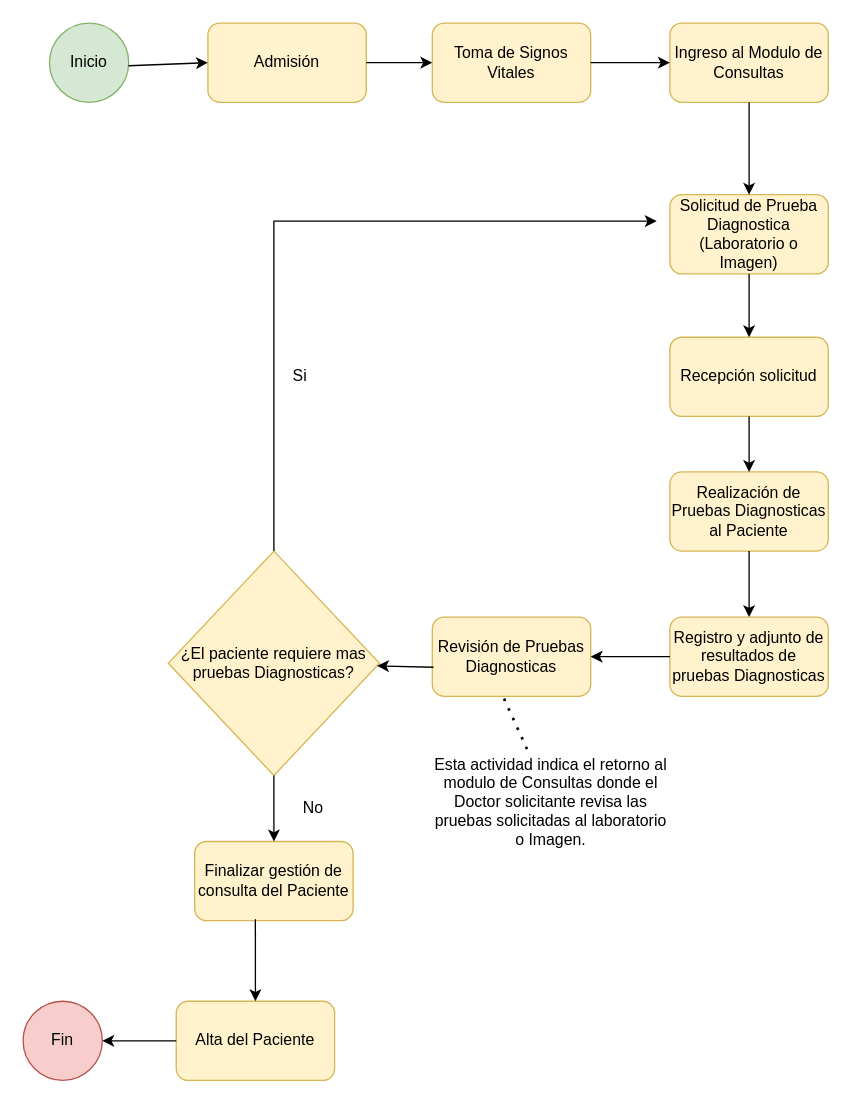
This is page "Diagrama de Laboratorio" (6 of 6) of Untitled Diagram.drawio from marguello86/Equipo1_MINSA, a draw.io file, before an edit. Source tidied: cells renumbered, new cells numbered last; positions are measured from the earlier drawing's top-left corner, leaving out a move shared by most shapes. Both pictures are drawn from the tidied source at 132%, with x=0, y=0 at pixel (22, 22).
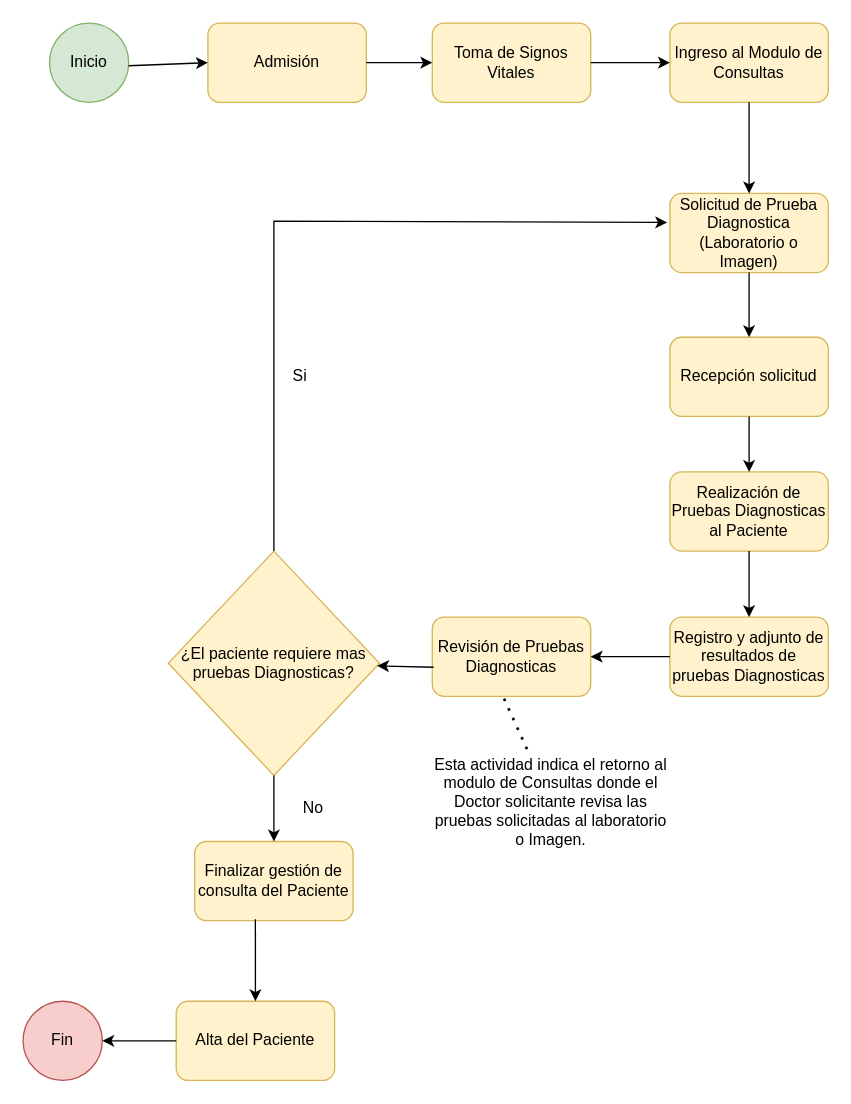
After the change.

The change refers to these unchanged cells:
```xml
<mxCell id="24" value="¿El paciente requiere mas pruebas Diagnosticas?" style="rhombus;whiteSpace=wrap;html=1;fillColor=#fff2cc;strokeColor=#d6b656;" parent="1" vertex="1">
  <mxGeometry x="110" y="400" width="160" height="170" as="geometry" />
</mxCell>
```

What changed in the source:
```diff
@@
     <mxCell id="9" value="Solicitud de Prueba Diagnostica (Laboratorio o Imagen)" style="rounded=1;whiteSpace=wrap;html=1;fillColor=#fff2cc;strokeColor=#d6b656;" parent="1" vertex="1">
-      <mxGeometry x="490" y="130" width="120" height="60" as="geometry" />
+      <mxGeometry x="490" y="129" width="120" height="60" as="geometry" />
     </mxCell>
@@
-    <mxCell id="26" style="endArrow=classic;html=1;rounded=0;exitX=0.5;exitY=0;exitDx=0;exitDy=0;" parent="1" edge="1" source="24">
+    <mxCell id="26" style="endArrow=classic;html=1;rounded=0;exitX=0.5;exitY=0;exitDx=0;exitDy=0;entryX=-0.017;entryY=0.367;entryDx=0;entryDy=0;entryPerimeter=0;" parent="1" edge="1" source="24" target="9">
       <mxGeometry relative="1" as="geometry">
-        <mxPoint x="480" y="150" as="targetPoint" />
         <Array as="points">
           <mxPoint x="190" y="150" />
         </Array>
       </mxGeometry>
     </mxCell>
```
